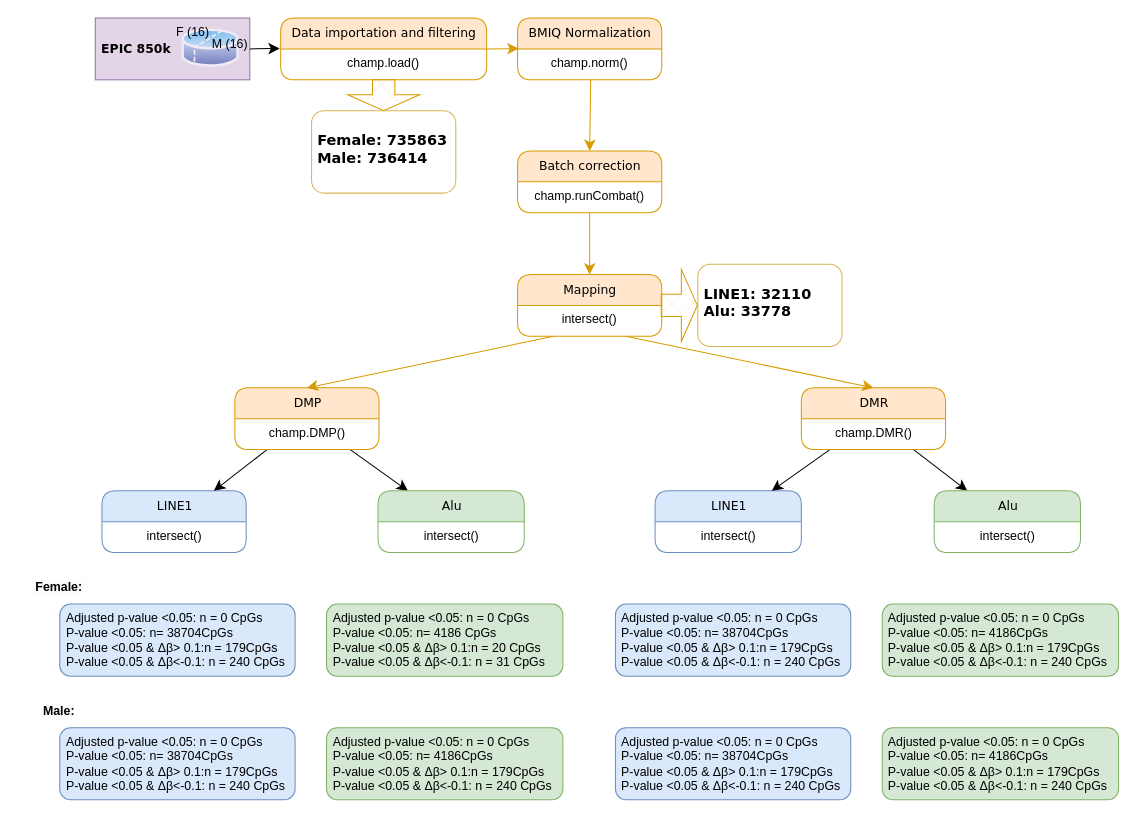
This is LBP.drawio from mwLuan/image_storage, a draw.io file, before an edit. Source tidied: cells renumbered, new cells numbered last; positions are measured from the earlier drawing's top-left corner, leaving out a move shared by most shapes. Both pictures are drawn from the tidied source at 103%, with x=0, y=0 at pixel (18, 18).
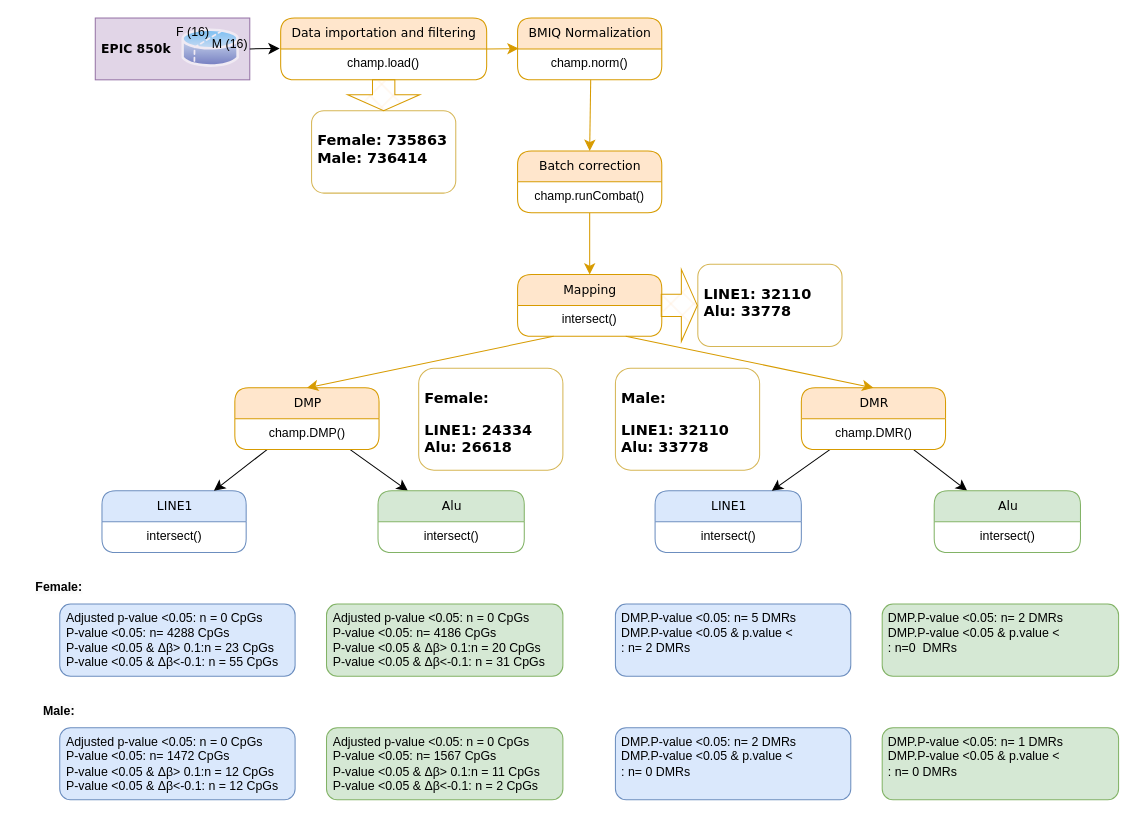
The same page after the edit.

Diff of the diagram source:
```diff
@@
-    <mxCell id="33" value="Adjusted p-value &amp;lt;0.05: n = 0 CpGs &lt;br&gt;P-value &amp;lt;0.05: n= 38704CpGs&lt;br&gt;P-value &amp;lt;0.05 &amp;amp; Δβ&amp;gt; 0.1:n = 179CpGs&lt;br&gt;P-value &amp;lt;0.05 &amp;amp; Δβ&amp;lt;-0.1: n = 240 CpGs" style="text;html=1;spacingLeft=4;spacingRight=4;whiteSpace=wrap;overflow=hidden;align=left;rounded=1;fillColor=#dae8fc;strokeColor=#6c8ebf;" parent="1" vertex="1">
+    <mxCell id="33" value="Adjusted p-value &amp;lt;0.05: n = 0 CpGs &lt;br&gt;P-value &amp;lt;0.05: n= 4288 CpGs&lt;br&gt;P-value &amp;lt;0.05 &amp;amp; Δβ&amp;gt; 0.1:n = 23 CpGs&lt;br&gt;P-value &amp;lt;0.05 &amp;amp; Δβ&amp;lt;-0.1: n = 55 CpGs" style="text;html=1;spacingLeft=4;spacingRight=4;whiteSpace=wrap;overflow=hidden;align=left;rounded=1;fillColor=#dae8fc;strokeColor=#6c8ebf;" parent="1" vertex="1">
       <mxGeometry x="40.5" y="569" width="228.5" height="70" as="geometry" />
     </mxCell>
@@
-    <mxCell id="44" value="Adjusted p-value &amp;lt;0.05: n = 0 CpGs &lt;br&gt;P-value &amp;lt;0.05: n= 38704CpGs&lt;br&gt;P-value &amp;lt;0.05 &amp;amp; Δβ&amp;gt; 0.1:n = 179CpGs&lt;br&gt;P-value &amp;lt;0.05 &amp;amp; Δβ&amp;lt;-0.1: n = 240 CpGs" style="text;html=1;spacingLeft=4;spacingRight=4;whiteSpace=wrap;overflow=hidden;align=left;rounded=1;fillColor=#dae8fc;strokeColor=#6c8ebf;" parent="1" vertex="1">
+    <mxCell id="44" value="Adjusted p-value &amp;lt;0.05: n = 0 CpGs &lt;br&gt;P-value &amp;lt;0.05: n= 1472 CpGs&lt;br&gt;P-value &amp;lt;0.05 &amp;amp; Δβ&amp;gt; 0.1:n = 12 CpGs&lt;br&gt;P-value &amp;lt;0.05 &amp;amp; Δβ&amp;lt;-0.1: n = 12 CpGs" style="text;html=1;spacingLeft=4;spacingRight=4;whiteSpace=wrap;overflow=hidden;align=left;rounded=1;fillColor=#dae8fc;strokeColor=#6c8ebf;" parent="1" vertex="1">
       <mxGeometry x="40.5" y="689" width="228.5" height="70" as="geometry" />
     </mxCell>
-    <mxCell id="45" value="Adjusted p-value &amp;lt;0.05: n = 0 CpGs &lt;br&gt;P-value &amp;lt;0.05: n= 4186CpGs&lt;br&gt;P-value &amp;lt;0.05 &amp;amp; Δβ&amp;gt; 0.1:n = 179CpGs&lt;br&gt;P-value &amp;lt;0.05 &amp;amp; Δβ&amp;lt;-0.1: n = 240 CpGs" style="text;html=1;spacingLeft=4;spacingRight=4;whiteSpace=wrap;overflow=hidden;align=left;rounded=1;fillColor=#d5e8d4;strokeColor=#82b366;" parent="1" vertex="1">
+    <mxCell id="45" value="Adjusted p-value &amp;lt;0.05: n = 0 CpGs &lt;br&gt;P-value &amp;lt;0.05: n= 1567 CpGs&lt;br&gt;P-value &amp;lt;0.05 &amp;amp; Δβ&amp;gt; 0.1:n = 11 CpGs&lt;br&gt;P-value &amp;lt;0.05 &amp;amp; Δβ&amp;lt;-0.1: n = 2 CpGs" style="text;html=1;spacingLeft=4;spacingRight=4;whiteSpace=wrap;overflow=hidden;align=left;rounded=1;fillColor=#d5e8d4;strokeColor=#82b366;" parent="1" vertex="1">
       <mxGeometry x="299.5" y="689" width="229.5" height="70" as="geometry" />
     </mxCell>
-    <mxCell id="46" value="Adjusted p-value &amp;lt;0.05: n = 0 CpGs &lt;br&gt;P-value &amp;lt;0.05: n= 38704CpGs&lt;br&gt;P-value &amp;lt;0.05 &amp;amp; Δβ&amp;gt; 0.1:n = 179CpGs&lt;br&gt;P-value &amp;lt;0.05 &amp;amp; Δβ&amp;lt;-0.1: n = 240 CpGs" style="text;html=1;spacingLeft=4;spacingRight=4;whiteSpace=wrap;overflow=hidden;align=left;rounded=1;fillColor=#dae8fc;strokeColor=#6c8ebf;" parent="1" vertex="1">
+    <mxCell id="46" value="DMP.P-value &amp;lt;0.05: n= 5 DMRs&lt;br&gt;DMP.P-value &amp;lt;0.05 &amp;amp; p.value &amp;lt; &lt;br&gt;: n= 2 DMRs" style="text;html=1;spacingLeft=4;spacingRight=4;whiteSpace=wrap;overflow=hidden;align=left;rounded=1;fillColor=#dae8fc;strokeColor=#6c8ebf;" parent="1" vertex="1">
       <mxGeometry x="580" y="569" width="228.5" height="70" as="geometry" />
     </mxCell>
-    <mxCell id="47" value="Adjusted p-value &amp;lt;0.05: n = 0 CpGs &lt;br&gt;P-value &amp;lt;0.05: n= 4186CpGs&lt;br&gt;P-value &amp;lt;0.05 &amp;amp; Δβ&amp;gt; 0.1:n = 179CpGs&lt;br&gt;P-value &amp;lt;0.05 &amp;amp; Δβ&amp;lt;-0.1: n = 240 CpGs" style="text;html=1;spacingLeft=4;spacingRight=4;whiteSpace=wrap;overflow=hidden;align=left;rounded=1;fillColor=#d5e8d4;strokeColor=#82b366;" parent="1" vertex="1">
+    <mxCell id="47" value="DMP.P-value &amp;lt;0.05: n= 2 DMRs&lt;br style=&quot;border-color: var(--border-color);&quot;&gt;DMP.P-value &amp;lt;0.05 &amp;amp; p.value &amp;lt;&lt;br style=&quot;border-color: var(--border-color);&quot;&gt;: n=0&amp;nbsp; DMRs" style="text;html=1;spacingLeft=4;spacingRight=4;whiteSpace=wrap;overflow=hidden;align=left;rounded=1;fillColor=#d5e8d4;strokeColor=#82b366;" parent="1" vertex="1">
       <mxGeometry x="839" y="569" width="229.5" height="70" as="geometry" />
     </mxCell>
-    <mxCell id="48" value="Adjusted p-value &amp;lt;0.05: n = 0 CpGs &lt;br&gt;P-value &amp;lt;0.05: n= 38704CpGs&lt;br&gt;P-value &amp;lt;0.05 &amp;amp; Δβ&amp;gt; 0.1:n = 179CpGs&lt;br&gt;P-value &amp;lt;0.05 &amp;amp; Δβ&amp;lt;-0.1: n = 240 CpGs" style="text;html=1;spacingLeft=4;spacingRight=4;whiteSpace=wrap;overflow=hidden;align=left;rounded=1;fillColor=#dae8fc;strokeColor=#6c8ebf;" parent="1" vertex="1">
+    <mxCell id="48" value="DMP.P-value &amp;lt;0.05: n= 2 DMRs&lt;br style=&quot;border-color: var(--border-color);&quot;&gt;DMP.P-value &amp;lt;0.05 &amp;amp; p.value &amp;lt;&lt;br style=&quot;border-color: var(--border-color);&quot;&gt;: n= 0 DMRs" style="text;html=1;spacingLeft=4;spacingRight=4;whiteSpace=wrap;overflow=hidden;align=left;rounded=1;fillColor=#dae8fc;strokeColor=#6c8ebf;" parent="1" vertex="1">
       <mxGeometry x="580" y="689" width="228.5" height="70" as="geometry" />
     </mxCell>
-    <mxCell id="49" value="Adjusted p-value &amp;lt;0.05: n = 0 CpGs &lt;br&gt;P-value &amp;lt;0.05: n= 4186CpGs&lt;br&gt;P-value &amp;lt;0.05 &amp;amp; Δβ&amp;gt; 0.1:n = 179CpGs&lt;br&gt;P-value &amp;lt;0.05 &amp;amp; Δβ&amp;lt;-0.1: n = 240 CpGs" style="text;html=1;spacingLeft=4;spacingRight=4;whiteSpace=wrap;overflow=hidden;align=left;rounded=1;fillColor=#d5e8d4;strokeColor=#82b366;" parent="1" vertex="1">
+    <mxCell id="49" value="DMP.P-value &amp;lt;0.05: n= 1 DMRs&lt;br style=&quot;border-color: var(--border-color);&quot;&gt;DMP.P-value &amp;lt;0.05 &amp;amp; p.value &amp;lt;&lt;br style=&quot;border-color: var(--border-color);&quot;&gt;: n= 0 DMRs" style="text;html=1;spacingLeft=4;spacingRight=4;whiteSpace=wrap;overflow=hidden;align=left;rounded=1;fillColor=#d5e8d4;strokeColor=#82b366;" parent="1" vertex="1">
       <mxGeometry x="839" y="689" width="229.5" height="70" as="geometry" />
     </mxCell>
+    <mxCell id="50" value="&lt;h3&gt;&lt;font face=&quot;Verdana&quot;&gt;&lt;span style=&quot;background-color: initial;&quot;&gt;Male:&lt;/span&gt;&lt;/font&gt;&lt;/h3&gt;&lt;h3&gt;&lt;font face=&quot;Verdana&quot;&gt;&lt;span style=&quot;background-color: initial;&quot;&gt;LINE1: 32110&lt;br&gt;&lt;/span&gt;&lt;/font&gt;&lt;font face=&quot;Verdana&quot;&gt;&lt;span style=&quot;background-color: initial;&quot;&gt;Alu: 33778&lt;/span&gt;&lt;/font&gt;&lt;/h3&gt;" style="text;html=1;spacingLeft=4;spacingRight=4;whiteSpace=wrap;overflow=hidden;align=left;rounded=1;fillColor=default;strokeColor=#d6b656;fillStyle=cross-hatch;" parent="1" vertex="1">
+      <mxGeometry x="580" y="340" width="140" height="99" as="geometry" />
+    </mxCell>
+    <mxCell id="51" value="&lt;h3&gt;&lt;font face=&quot;Verdana&quot;&gt;&lt;span style=&quot;background-color: initial;&quot;&gt;Female:&lt;/span&gt;&lt;/font&gt;&lt;/h3&gt;&lt;h3&gt;&lt;font face=&quot;Verdana&quot;&gt;&lt;span style=&quot;background-color: initial;&quot;&gt;LINE1: 24334&lt;br&gt;&lt;/span&gt;&lt;/font&gt;&lt;font face=&quot;Verdana&quot;&gt;&lt;span style=&quot;background-color: initial;&quot;&gt;Alu: 26618&lt;/span&gt;&lt;/font&gt;&lt;/h3&gt;" style="text;html=1;spacingLeft=4;spacingRight=4;whiteSpace=wrap;overflow=hidden;align=left;rounded=1;fillColor=default;strokeColor=#d6b656;fillStyle=cross-hatch;" parent="1" vertex="1">
+      <mxGeometry x="389" y="340" width="140" height="99" as="geometry" />
+    </mxCell>
```
